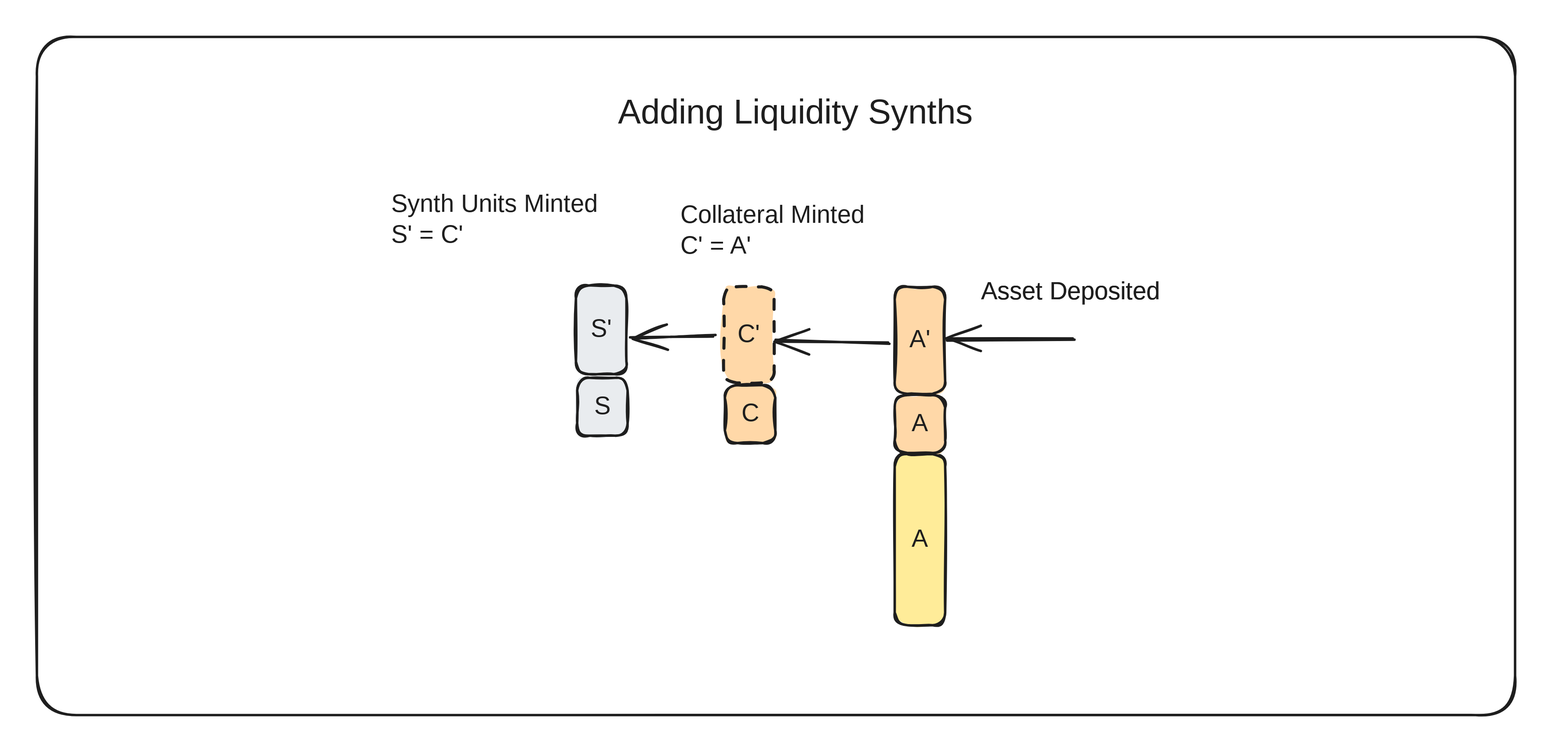
decaswap-labs/docs keeps this Excalidraw diagram as .gitbook/assets/file.excalidraw (14).svg. Above is the earlier version. Source tidied: one line per element, renumbered; positions are measured from the earlier drawing's top-left corner, leaving out a move shared by most shapes.
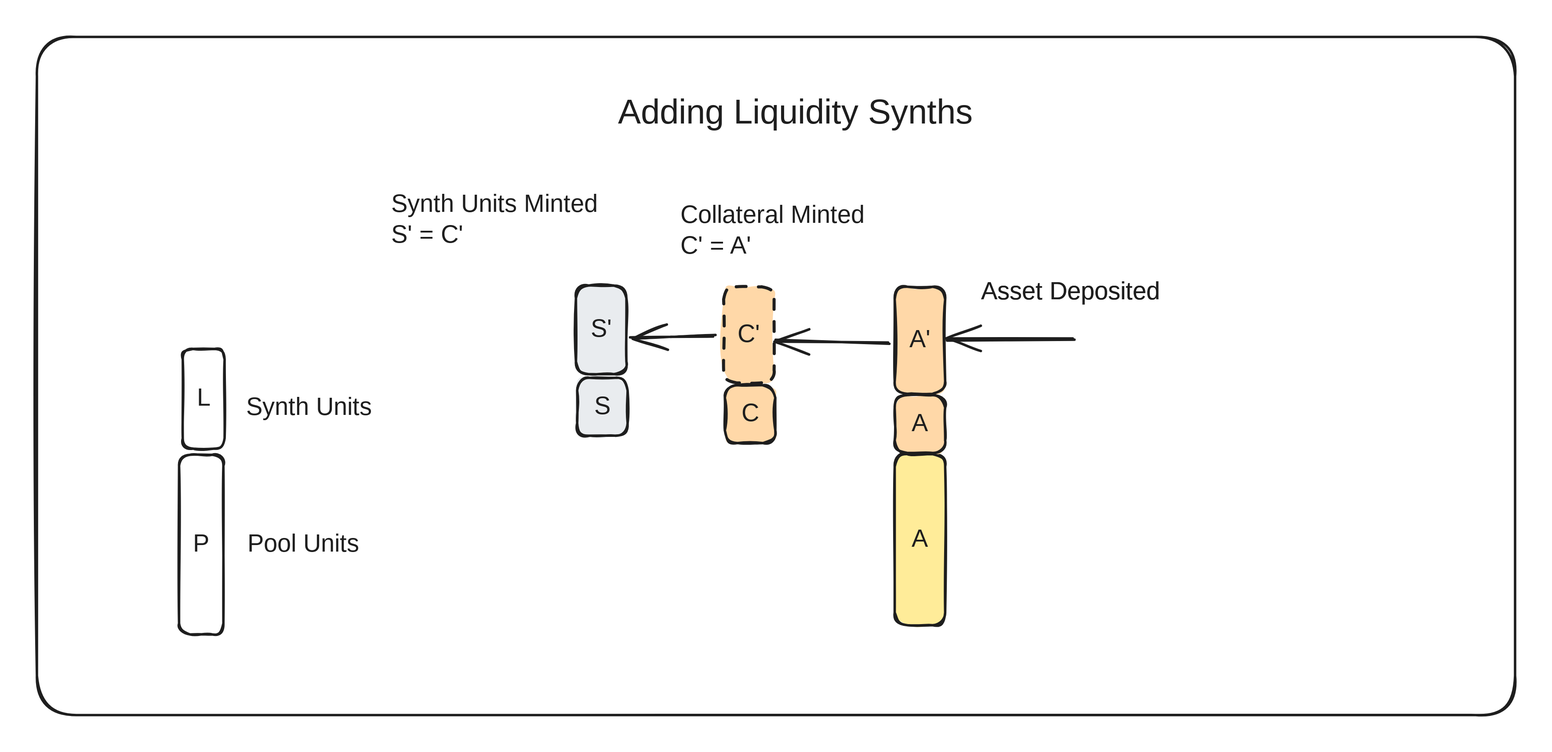
After the change.

Diff of the diagram source:
```diff
@@ -1,3 +1,4 @@
+{"id": 21, "type": "rectangle", "strokeColor": "#1e1e1e", "strokeWidth": 2, "roughness": 1, "round": true, "x": 0, "y": 0, "width": 1201, "height": 551}
 {"id": 0, "type": "rectangle", "strokeColor": "#1e1e1e", "backgroundColor": "#ffec99", "fillStyle": "solid", "strokeWidth": 2, "roughness": 1, "round": true, "x": 697, "y": 339, "width": 41, "height": 139}
 {"id": 1, "type": "text", "text": "A", "strokeColor": "#1e1e1e", "backgroundColor": "#ffec99", "fillStyle": "solid", "strokeWidth": 2, "roughness": 1, "fontSize": 20, "fontFamily": 1, "textAlign": "center", "verticalAlign": "middle", "inside": 0, "x": 711, "y": 396, "width": 13, "height": 25}
 {"id": 2, "type": "rectangle", "strokeColor": "#1e1e1e", "backgroundColor": "#ffd8a8", "fillStyle": "solid", "strokeWidth": 2, "roughness": 1, "round": true, "x": 697, "y": 203, "width": 41, "height": 87}
@@ -16,8 +17,13 @@
 {"id": 15, "type": "text", "text": "A", "strokeColor": "#1e1e1e", "backgroundColor": "#ffec99", "fillStyle": "solid", "strokeWidth": 2, "roughness": 1, "fontSize": 20, "fontFamily": 1, "textAlign": "center", "verticalAlign": "middle", "inside": 14, "x": 711, "y": 302, "width": 13, "height": 25}
 {"id": 16, "type": "rectangle", "strokeColor": "#1e1e1e", "backgroundColor": "#ffd8a8", "fillStyle": "solid", "strokeWidth": 2, "roughness": 1, "round": true, "x": 559, "y": 283, "width": 41, "height": 47}
 {"id": 17, "type": "text", "text": "C", "strokeColor": "#1e1e1e", "backgroundColor": "#ffec99", "fillStyle": "solid", "strokeWidth": 2, "roughness": 1, "fontSize": 20, "fontFamily": 1, "textAlign": "center", "verticalAlign": "middle", "inside": 16, "x": 573, "y": 294, "width": 13, "height": 25}
-{"id": 18, "type": "text", "text": "Asset Deposited", "strokeColor": "#1e1e1e", "backgroundColor": "#e9ecef", "fillStyle": "solid", "strokeWidth": 2, "roughness": 1, "fontSize": 20, "fontFamily": 1, "x": 767, "y": 195, "width": 163, "height": 25}
+{"id": 23, "type": "text", "text": "Asset Deposited", "strokeColor": "#1e1e1e", "backgroundColor": "#e9ecef", "fillStyle": "solid", "strokeWidth": 2, "roughness": 1, "fontSize": 20, "fontFamily": 1, "x": 767, "y": 195, "width": 163, "height": 25}
 {"id": 19, "type": "rectangle", "strokeColor": "#1e1e1e", "backgroundColor": "#e9ecef", "fillStyle": "solid", "strokeWidth": 2, "roughness": 1, "round": true, "x": 439, "y": 277, "width": 41, "height": 47}
 {"id": 20, "type": "text", "text": "S", "strokeColor": "#1e1e1e", "backgroundColor": "#ffec99", "fillStyle": "solid", "strokeWidth": 2, "roughness": 1, "fontSize": 20, "fontFamily": 1, "textAlign": "center", "verticalAlign": "middle", "inside": 19, "x": 453, "y": 288, "width": 12, "height": 25}
-{"id": 21, "type": "rectangle", "strokeColor": "#1e1e1e", "strokeWidth": 2, "roughness": 1, "round": true, "x": 0, "y": 0, "width": 1201, "height": 551}
 {"id": 22, "type": "text", "text": "Adding Liquidity Synths", "strokeColor": "#1e1e1e", "backgroundColor": "#e9ecef", "fillStyle": "solid", "strokeWidth": 2, "roughness": 1, "fontSize": 28, "fontFamily": 1, "textAlign": "center", "x": 461, "y": 45, "width": 311, "height": 35}
+{"id": 24, "type": "rectangle", "strokeColor": "#1e1e1e", "strokeWidth": 2, "roughness": 1, "round": true, "x": 116, "y": 340, "width": 36, "height": 146}
+{"id": 25, "type": "text", "text": "P", "strokeColor": "#1e1e1e", "strokeWidth": 2, "roughness": 1, "fontSize": 20, "fontFamily": 1, "textAlign": "center", "verticalAlign": "middle", "inside": 24, "x": 127, "y": 400, "width": 13, "height": 25}
+{"id": 26, "type": "rectangle", "strokeColor": "#1e1e1e", "strokeWidth": 2, "roughness": 1, "round": true, "x": 118, "y": 254, "width": 34, "height": 81}
+{"id": 27, "type": "text", "text": "L", "strokeColor": "#1e1e1e", "strokeWidth": 2, "roughness": 1, "fontSize": 20, "fontFamily": 1, "textAlign": "center", "verticalAlign": "middle", "inside": 26, "x": 130, "y": 282, "width": 12, "height": 25}
+{"id": 28, "type": "text", "text": "Pool Units", "strokeColor": "#1e1e1e", "backgroundColor": "#e9ecef", "fillStyle": "solid", "strokeWidth": 2, "roughness": 1, "fontSize": 20, "fontFamily": 1, "x": 171, "y": 400, "width": 101, "height": 25}
+{"id": 18, "type": "text", "text": "Synth Units", "strokeColor": "#1e1e1e", "backgroundColor": "#e9ecef", "fillStyle": "solid", "strokeWidth": 2, "roughness": 1, "fontSize": 20, "fontFamily": 1, "x": 170, "y": 289, "width": 112, "height": 25}
```
